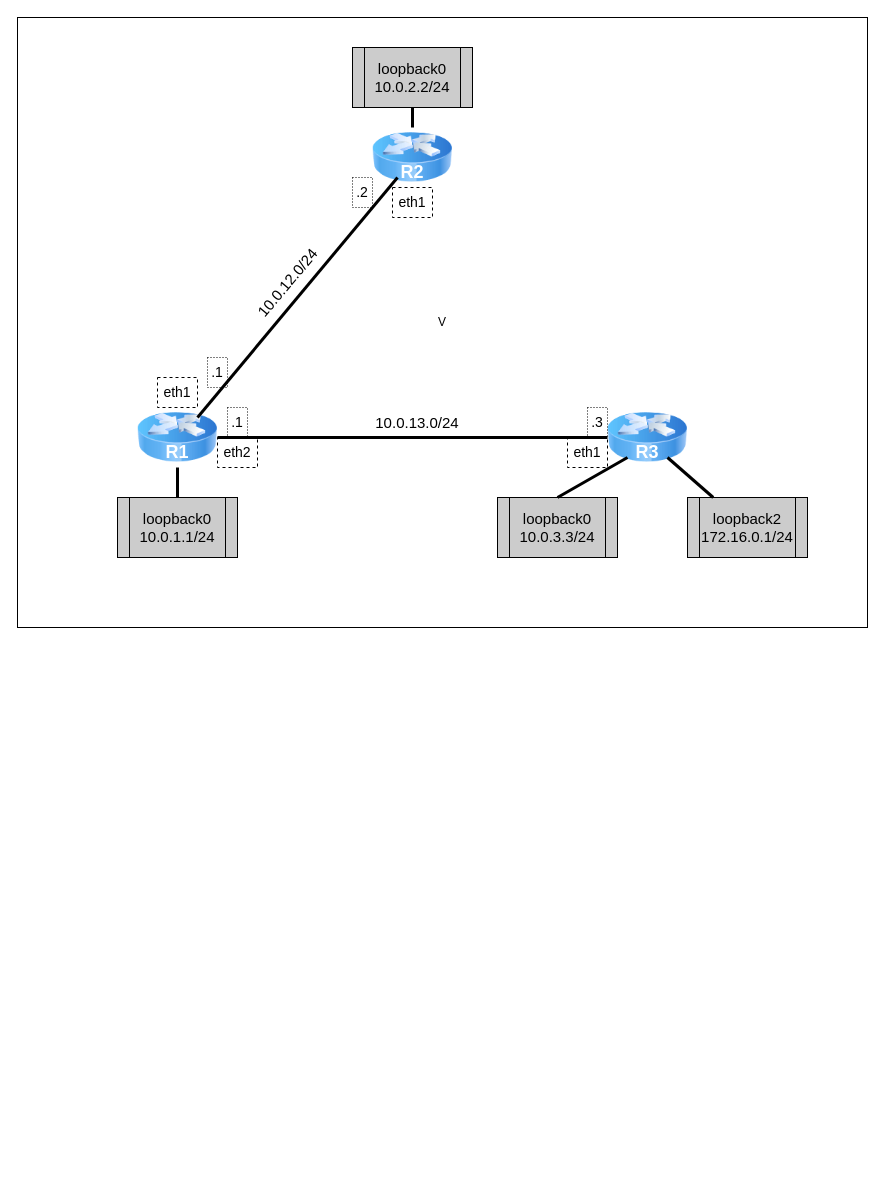
Earlier version of the draw.io diagram 09_OSPF_Routing/Attached_materials/09_OSPF_Routing.drawio (UsamG1t/Nets_ASVK_Labs). Source tidied: cells renumbered, new cells numbered last; positions are measured from the earlier drawing's top-left corner, leaving out a move shared by most shapes. Both pictures are drawn from the tidied source at 100%, with x=0, y=0 at pixel (17, 17).
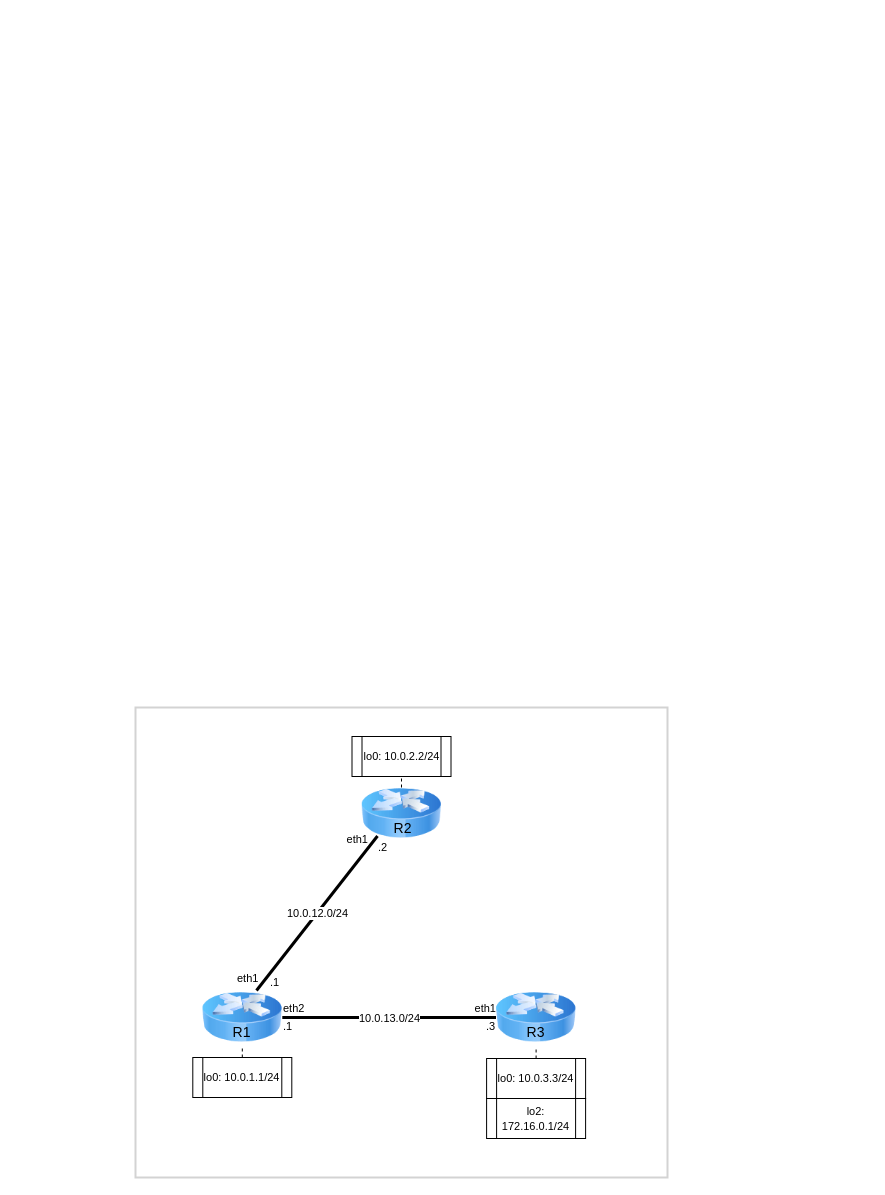
After the change.

The edit, as a diff of the source:
```diff
@@
-    <mxCell id="2" value="V" style="rounded=0;whiteSpace=wrap;html=1;fillColor=#FFFFFF;" parent="1" vertex="1">
-      <mxGeometry width="850" height="610" as="geometry" />
-    </mxCell>
-    <mxCell id="3" style="image;html=1;image=img/lib/clip_art/networking/Router_Icon_128x128.png;" parent="1" vertex="1">
-      <mxGeometry x="120" y="380" width="80" height="80" as="geometry" />
-    </mxCell>
-    <mxCell id="4" style="image;html=1;image=img/lib/clip_art/networking/Router_Icon_128x128.png;" parent="1" vertex="1">
-      <mxGeometry x="355" y="100" width="80" height="80" as="geometry" />
-    </mxCell>
-    <mxCell id="5" style="image;html=1;image=img/lib/clip_art/networking/Router_Icon_128x128.png;" parent="1" vertex="1">
-      <mxGeometry x="590" y="380" width="80" height="80" as="geometry" />
-    </mxCell>
-    <mxCell id="6" style="endArrow=none;html=1;rounded=0;entryX=0.313;entryY=0.75;entryDx=0;entryDy=0;exitX=0.75;exitY=0.25;exitDx=0;exitDy=0;strokeWidth=3;strokeColor=#000000;exitPerimeter=0;entryPerimeter=0;" parent="1" edge="1" source="3" target="4">
-      <mxGeometry relative="1" as="geometry" />
-    </mxCell>
-    <mxCell id="7" style="endArrow=none;html=1;rounded=0;entryX=0;entryY=0.5;entryDx=0;entryDy=0;exitX=1;exitY=0.5;exitDx=0;exitDy=0;strokeWidth=3;strokeColor=#000000;" parent="1" edge="1" source="3" target="5">
-      <mxGeometry relative="1" as="geometry" />
-    </mxCell>
-    <mxCell id="8" value="&lt;font style=&quot;font-size: 15px; color: rgb(0, 0, 0);&quot;&gt;loopback0&lt;/font&gt;&lt;div&gt;&lt;font style=&quot;font-size: 15px; color: rgb(0, 0, 0);&quot;&gt;10.0.1.1/24&lt;/font&gt;&lt;/div&gt;" style="shape=process;whiteSpace=wrap;html=1;backgroundOutline=1;fillColor=#CCCCCC;strokeColor=#000000;" parent="1" vertex="1">
-      <mxGeometry x="100" y="480" width="120" height="60" as="geometry" />
-    </mxCell>
-    <mxCell id="9" value="&lt;font style=&quot;font-size: 15px; color: rgb(0, 0, 0);&quot;&gt;loopback0&lt;/font&gt;&lt;div&gt;&lt;font style=&quot;font-size: 15px; color: rgb(0, 0, 0);&quot;&gt;10.0.2.2/24&lt;/font&gt;&lt;/div&gt;" style="shape=process;whiteSpace=wrap;html=1;backgroundOutline=1;fillColor=#CCCCCC;strokeColor=#000000;" parent="1" vertex="1">
-      <mxGeometry x="335" y="30" width="120" height="60" as="geometry" />
-    </mxCell>
-    <mxCell id="10" value="&lt;font style=&quot;font-size: 15px; color: rgb(0, 0, 0);&quot;&gt;loopback0&lt;/font&gt;&lt;div&gt;&lt;font style=&quot;font-size: 15px; color: rgb(0, 0, 0);&quot;&gt;10.0.3.3/24&lt;/font&gt;&lt;/div&gt;" style="shape=process;whiteSpace=wrap;html=1;backgroundOutline=1;fillColor=#CCCCCC;strokeColor=#000000;" parent="1" vertex="1">
-      <mxGeometry x="480" y="480" width="120" height="60" as="geometry" />
-    </mxCell>
-    <mxCell id="11" value="&lt;font style=&quot;font-size: 15px; color: rgb(0, 0, 0);&quot;&gt;loopback2&lt;/font&gt;&lt;div&gt;&lt;font style=&quot;font-size: 15px; color: rgb(0, 0, 0);&quot;&gt;172.16.0.1/24&lt;/font&gt;&lt;/div&gt;" style="shape=process;whiteSpace=wrap;html=1;backgroundOutline=1;fillColor=#CCCCCC;strokeColor=#000000;" parent="1" vertex="1">
-      <mxGeometry x="670" y="480" width="120" height="60" as="geometry" />
-    </mxCell>
-    <mxCell id="12" style="endArrow=none;html=1;rounded=0;entryX=0.25;entryY=0.75;entryDx=0;entryDy=0;exitX=0.5;exitY=0;exitDx=0;exitDy=0;strokeWidth=3;strokeColor=#000000;entryPerimeter=0;" parent="1" edge="1" source="10" target="5">
-      <mxGeometry relative="1" as="geometry" />
-    </mxCell>
-    <mxCell id="13" style="endArrow=none;html=1;rounded=0;entryX=0.75;entryY=0.75;entryDx=0;entryDy=0;strokeWidth=3;strokeColor=#000000;entryPerimeter=0;" parent="1" edge="1" source="11" target="5">
-      <mxGeometry relative="1" as="geometry" />
-    </mxCell>
-    <mxCell id="14" style="endArrow=none;html=1;rounded=0;exitX=0.5;exitY=0;exitDx=0;exitDy=0;strokeWidth=3;strokeColor=#000000;entryX=0.5;entryY=0.875;entryDx=0;entryDy=0;entryPerimeter=0;" parent="1" edge="1" source="8" target="3">
-      <mxGeometry relative="1" as="geometry" />
-    </mxCell>
-    <mxCell id="15" style="endArrow=none;html=1;rounded=0;exitX=0.5;exitY=0.125;exitDx=0;exitDy=0;strokeWidth=3;strokeColor=#000000;entryX=0.5;entryY=1;entryDx=0;entryDy=0;exitPerimeter=0;" parent="1" edge="1" source="4" target="9">
-      <mxGeometry relative="1" as="geometry" />
-    </mxCell>
-    <mxCell id="16" value="&lt;font style=&quot;font-size: 15px; color: rgb(0, 0, 0);&quot;&gt;10.0.13.0/24&lt;/font&gt;" style="text;html=1;align=center;verticalAlign=middle;whiteSpace=wrap;rounded=0;" parent="1" vertex="1">
-      <mxGeometry x="350" y="390" width="100" height="30" as="geometry" />
-    </mxCell>
-    <mxCell id="17" value="&lt;font style=&quot;font-size: 15px; color: rgb(0, 0, 0);&quot;&gt;10.0.12.0/24&lt;/font&gt;" style="text;html=1;align=center;verticalAlign=middle;whiteSpace=wrap;rounded=0;rotation=-50;" parent="1" vertex="1">
-      <mxGeometry x="220" y="250" width="100" height="30" as="geometry" />
-    </mxCell>
-    <mxCell id="18" value="&lt;font style=&quot;color: rgb(0, 0, 0); font-size: 14px;&quot;&gt;eth1&lt;/font&gt;" style="text;html=1;align=center;verticalAlign=middle;whiteSpace=wrap;rounded=0;perimeterSpacing=3;dashed=1;strokeColor=#000000;" parent="1" vertex="1">
-      <mxGeometry x="140" y="360" width="40" height="30" as="geometry" />
-    </mxCell>
-    <mxCell id="19" value="&lt;font style=&quot;color: rgb(0, 0, 0); font-size: 14px;&quot;&gt;eth2&lt;/font&gt;" style="text;html=1;align=center;verticalAlign=middle;whiteSpace=wrap;rounded=0;perimeterSpacing=3;dashed=1;strokeColor=#000000;" parent="1" vertex="1">
-      <mxGeometry x="200" y="420" width="40" height="30" as="geometry" />
-    </mxCell>
-    <mxCell id="20" value="&lt;font style=&quot;color: rgb(0, 0, 0); font-size: 14px;&quot;&gt;eth1&lt;/font&gt;" style="text;html=1;align=center;verticalAlign=middle;whiteSpace=wrap;rounded=0;perimeterSpacing=3;dashed=1;strokeColor=#000000;" parent="1" vertex="1">
-      <mxGeometry x="375" y="170" width="40" height="30" as="geometry" />
-    </mxCell>
-    <mxCell id="21" value="&lt;font style=&quot;color: rgb(0, 0, 0); font-size: 14px;&quot;&gt;eth1&lt;/font&gt;" style="text;html=1;align=center;verticalAlign=middle;whiteSpace=wrap;rounded=0;perimeterSpacing=3;dashed=1;strokeColor=#000000;" parent="1" vertex="1">
-      <mxGeometry x="550" y="420" width="40" height="30" as="geometry" />
-    </mxCell>
-    <mxCell id="22" value="&lt;font style=&quot;color: rgb(0, 0, 0); font-size: 14px;&quot;&gt;.1&lt;/font&gt;" style="text;html=1;align=center;verticalAlign=middle;whiteSpace=wrap;rounded=0;perimeterSpacing=3;dashed=1;strokeColor=#000000;dashPattern=1 2;" parent="1" vertex="1">
-      <mxGeometry x="210" y="390" width="20" height="30" as="geometry" />
-    </mxCell>
-    <mxCell id="23" value="&lt;font style=&quot;color: rgb(0, 0, 0); font-size: 14px;&quot;&gt;.1&lt;/font&gt;" style="text;html=1;align=center;verticalAlign=middle;whiteSpace=wrap;rounded=0;perimeterSpacing=3;dashed=1;strokeColor=#000000;dashPattern=1 2;" parent="1" vertex="1">
-      <mxGeometry x="190" y="340" width="20" height="30" as="geometry" />
-    </mxCell>
-    <mxCell id="24" value="&lt;font style=&quot;color: rgb(0, 0, 0); font-size: 14px;&quot;&gt;.2&lt;/font&gt;" style="text;html=1;align=center;verticalAlign=middle;whiteSpace=wrap;rounded=0;perimeterSpacing=3;dashed=1;strokeColor=#000000;dashPattern=1 2;" parent="1" vertex="1">
-      <mxGeometry x="335" y="160" width="20" height="30" as="geometry" />
-    </mxCell>
-    <mxCell id="25" value="&lt;font style=&quot;color: rgb(0, 0, 0); font-size: 14px;&quot;&gt;.3&lt;/font&gt;" style="text;html=1;align=center;verticalAlign=middle;whiteSpace=wrap;rounded=0;perimeterSpacing=3;dashed=1;strokeColor=#000000;dashPattern=1 2;" parent="1" vertex="1">
-      <mxGeometry x="570" y="390" width="20" height="30" as="geometry" />
-    </mxCell>
+    <mxCell id="29" style="rounded=0;whiteSpace=wrap;html=1;fillColor=#FFFFFF;strokeColor=#d3d3d3;strokeWidth=2;fontColor=#000000;" parent="1" vertex="1">
+      <mxGeometry x="118" y="690" width="532" height="470" as="geometry" />
+    </mxCell>
+    <mxCell id="30" value="&lt;font style=&quot;font-size: 11px;&quot;&gt;lo0: 10.0.2.2/24&lt;/font&gt;" style="shape=process;whiteSpace=wrap;html=1;backgroundOutline=1;strokeColor=#000000;fontColor=#000000;fillColor=none;" parent="1" vertex="1">
+      <mxGeometry x="334.5" y="719" width="99" height="40" as="geometry" />
+    </mxCell>
+    <mxCell id="31" value="&lt;font style=&quot;font-size: 11px;&quot;&gt;lo0: 10.0.1.1/24&lt;/font&gt;" style="shape=process;whiteSpace=wrap;html=1;backgroundOutline=1;strokeColor=#000000;fontColor=#000000;fillColor=none;" parent="1" vertex="1">
+      <mxGeometry x="175.3" y="1040" width="99" height="40" as="geometry" />
+    </mxCell>
+    <mxCell id="32" value="&lt;font style=&quot;font-size: 11px;&quot;&gt;lo0: 10.0.3.3/24&lt;/font&gt;" style="shape=process;whiteSpace=wrap;html=1;backgroundOutline=1;strokeColor=#000000;fontColor=#000000;fillColor=none;" parent="1" vertex="1">
+      <mxGeometry x="469.1" y="1041" width="99" height="40" as="geometry" />
+    </mxCell>
+    <mxCell id="33" style="image;html=1;image=img/lib/clip_art/networking/Router_Icon_128x128.png;" parent="1" vertex="1">
+      <mxGeometry x="344" y="756" width="80" height="80" as="geometry" />
+    </mxCell>
+    <mxCell id="34" style="image;html=1;image=img/lib/clip_art/networking/Router_Icon_128x128.png;" parent="1" vertex="1">
+      <mxGeometry x="184.8" y="960" width="80" height="80" as="geometry" />
+    </mxCell>
+    <mxCell id="35" style="image;html=1;image=img/lib/clip_art/networking/Router_Icon_128x128.png;" parent="1" vertex="1">
+      <mxGeometry x="478.5" y="960" width="80" height="80" as="geometry" />
+    </mxCell>
-    <mxCell id="26" value="&lt;font style=&quot;font-size: 18px;&quot;&gt;&lt;b style=&quot;&quot;&gt;R1&lt;/b&gt;&lt;/font&gt;" style="text;html=1;align=center;verticalAlign=middle;whiteSpace=wrap;rounded=0;perimeterSpacing=3;dashed=1;strokeColor=none;fillColor=none;fontColor=#FFFFFF;" parent="1" vertex="1">
-      <mxGeometry x="140" y="420" width="40" height="30" as="geometry" />
+    <mxCell id="26" value="&lt;font style=&quot;font-size: 14px;&quot;&gt;R1&lt;/font&gt;" style="text;html=1;align=center;verticalAlign=middle;whiteSpace=wrap;rounded=0;" parent="1" vertex="1">
+      <mxGeometry x="199.3" y="1000" width="51" height="30" as="geometry" />
     </mxCell>
-    <mxCell id="27" value="&lt;font style=&quot;font-size: 18px;&quot;&gt;&lt;b style=&quot;&quot;&gt;R2&lt;/b&gt;&lt;/font&gt;" style="text;html=1;align=center;verticalAlign=middle;whiteSpace=wrap;rounded=0;perimeterSpacing=3;dashed=1;strokeColor=none;fillColor=none;fontColor=#FFFFFF;" parent="1" vertex="1">
-      <mxGeometry x="375" y="140" width="40" height="30" as="geometry" />
+    <mxCell id="27" value="&lt;font style=&quot;font-size: 14px;&quot;&gt;R2&lt;/font&gt;" style="text;html=1;align=center;verticalAlign=middle;whiteSpace=wrap;rounded=0;" parent="1" vertex="1">
+      <mxGeometry x="360" y="796" width="51" height="30" as="geometry" />
     </mxCell>
-    <mxCell id="28" value="&lt;font style=&quot;font-size: 18px;&quot;&gt;&lt;b style=&quot;&quot;&gt;R3&lt;/b&gt;&lt;/font&gt;" style="text;html=1;align=center;verticalAlign=middle;whiteSpace=wrap;rounded=0;perimeterSpacing=3;dashed=1;strokeColor=none;fillColor=none;fontColor=#FFFFFF;" parent="1" vertex="1">
-      <mxGeometry x="610" y="420" width="40" height="30" as="geometry" />
+    <mxCell id="28" value="&lt;font style=&quot;font-size: 14px;&quot;&gt;R3&lt;/font&gt;" style="text;html=1;align=center;verticalAlign=middle;whiteSpace=wrap;rounded=0;" parent="1" vertex="1">
+      <mxGeometry x="493.1" y="1000" width="51" height="30" as="geometry" />
     </mxCell>
+    <mxCell id="36" style="endArrow=none;html=1;rounded=0;strokeWidth=3;strokeColor=#000000;endFill=0;exitX=0.677;exitY=0.125;exitDx=0;exitDy=0;exitPerimeter=0;entryX=0;entryY=0.75;entryDx=0;entryDy=0;" parent="1" edge="1" target="27">
+      <mxGeometry relative="1" as="geometry">
+        <mxPoint x="239" y="973" as="sourcePoint" />
+      </mxGeometry>
+    </mxCell>
+    <mxCell id="17" value="10.0.12.0/24" style="edgeLabel;html=1;align=center;verticalAlign=middle;" parent="36" vertex="1">
+      <mxGeometry relative="1" as="geometry" />
+    </mxCell>
+    <mxCell id="37" value="eth1" style="edgeLabel;html=1;align=left;verticalAlign=bottom;rotation=0;" parent="36" vertex="1">
+      <mxGeometry x="-1" relative="1" as="geometry">
+        <mxPoint x="-21" y="-4" as="offset" />
+      </mxGeometry>
+    </mxCell>
+    <mxCell id="38" value="eth1" style="edgeLabel;html=1;align=right;verticalAlign=bottom;" parent="36" vertex="1">
+      <mxGeometry x="1" relative="1" as="geometry">
+        <mxPoint x="-9" y="11" as="offset" />
+      </mxGeometry>
+    </mxCell>
+    <mxCell id="39" style="endArrow=none;html=1;rounded=0;strokeWidth=3;strokeColor=#000000;endFill=0;exitX=1;exitY=0.5;exitDx=0;exitDy=0;entryX=0;entryY=0.5;entryDx=0;entryDy=0;" parent="1" edge="1" source="34" target="35">
+      <mxGeometry relative="1" as="geometry" />
+    </mxCell>
+    <mxCell id="16" value="10.0.13.0/24" style="edgeLabel;html=1;align=center;verticalAlign=middle;" parent="39" vertex="1">
+      <mxGeometry relative="1" as="geometry" />
+    </mxCell>
+    <mxCell id="19" value="eth2" style="edgeLabel;html=1;align=left;verticalAlign=bottom;rotation=0;" parent="39" vertex="1">
+      <mxGeometry x="-1" relative="1" as="geometry">
+        <mxPoint x="-1" y="-1" as="offset" />
+      </mxGeometry>
+    </mxCell>
+    <mxCell id="40" value="eth1" style="edgeLabel;html=1;align=right;verticalAlign=bottom;" parent="39" vertex="1">
+      <mxGeometry x="1" relative="1" as="geometry">
+        <mxPoint y="-1" as="offset" />
+      </mxGeometry>
+    </mxCell>
+    <mxCell id="41" style="endArrow=none;dashed=1;html=1;rounded=0;strokeColor=#000000;exitX=0.5;exitY=1;exitDx=0;exitDy=0;entryX=0.5;entryY=1;entryDx=0;entryDy=0;" parent="1" edge="1" source="34" target="26">
+      <mxGeometry relative="1" as="geometry" />
+    </mxCell>
+    <mxCell id="42" style="endArrow=none;dashed=1;html=1;rounded=0;strokeColor=#000000;exitX=0.5;exitY=0;exitDx=0;exitDy=0;entryX=0.5;entryY=1;entryDx=0;entryDy=0;" parent="1" edge="1" source="32" target="28">
+      <mxGeometry relative="1" as="geometry" />
+    </mxCell>
+    <mxCell id="43" style="endArrow=none;dashed=1;html=1;rounded=0;strokeColor=#000000;entryX=0.5;entryY=1;entryDx=0;entryDy=0;exitX=0.5;exitY=0.175;exitDx=0;exitDy=0;exitPerimeter=0;" parent="1" edge="1" source="33" target="30">
+      <mxGeometry relative="1" as="geometry" />
+    </mxCell>
+    <mxCell id="44" value=".1" style="edgeLabel;html=1;align=left;verticalAlign=bottom;rotation=0;" parent="1" vertex="1">
+      <mxGeometry x="264" y="1017" as="geometry" />
+    </mxCell>
+    <mxCell id="25" value=".3" style="edgeLabel;html=1;align=left;verticalAlign=bottom;rotation=0;" parent="1" vertex="1">
+      <mxGeometry x="467" y="1017" as="geometry" />
+    </mxCell>
+    <mxCell id="24" value=".2" style="edgeLabel;html=1;align=left;verticalAlign=bottom;rotation=0;" parent="1" vertex="1">
+      <mxGeometry x="359" y="838" as="geometry" />
+    </mxCell>
+    <mxCell id="45" value=".1" style="edgeLabel;html=1;align=left;verticalAlign=bottom;rotation=0;" parent="1" vertex="1">
+      <mxGeometry x="251" y="973" as="geometry" />
+    </mxCell>
+    <mxCell id="46" value="&lt;font style=&quot;font-size: 11px;&quot;&gt;lo2: 172.16.0.1/24&lt;/font&gt;" style="shape=process;whiteSpace=wrap;html=1;backgroundOutline=1;strokeColor=#000000;fontColor=#000000;fillColor=none;" parent="1" vertex="1">
+      <mxGeometry x="469.1" y="1081" width="99" height="40" as="geometry" />
+    </mxCell>
```
